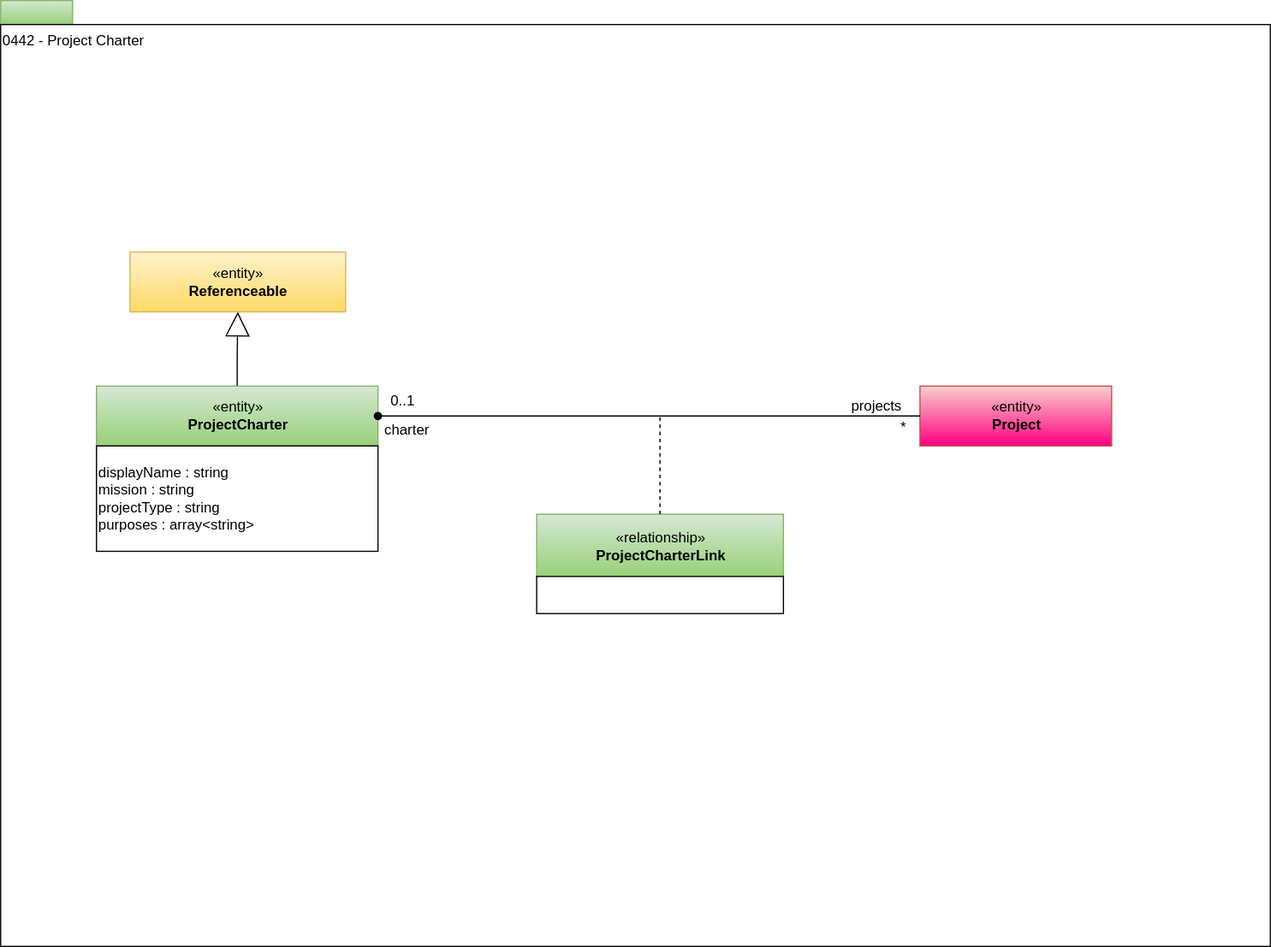
Before: site/docs/types/4/0442-Project-Charter.svg, a diagram exported from draw.io (odpi/egeria-docs). Source tidied: cells renumbered, new cells last; positions are measured from the earlier drawing's top-left corner, leaving out a move shared by most shapes.
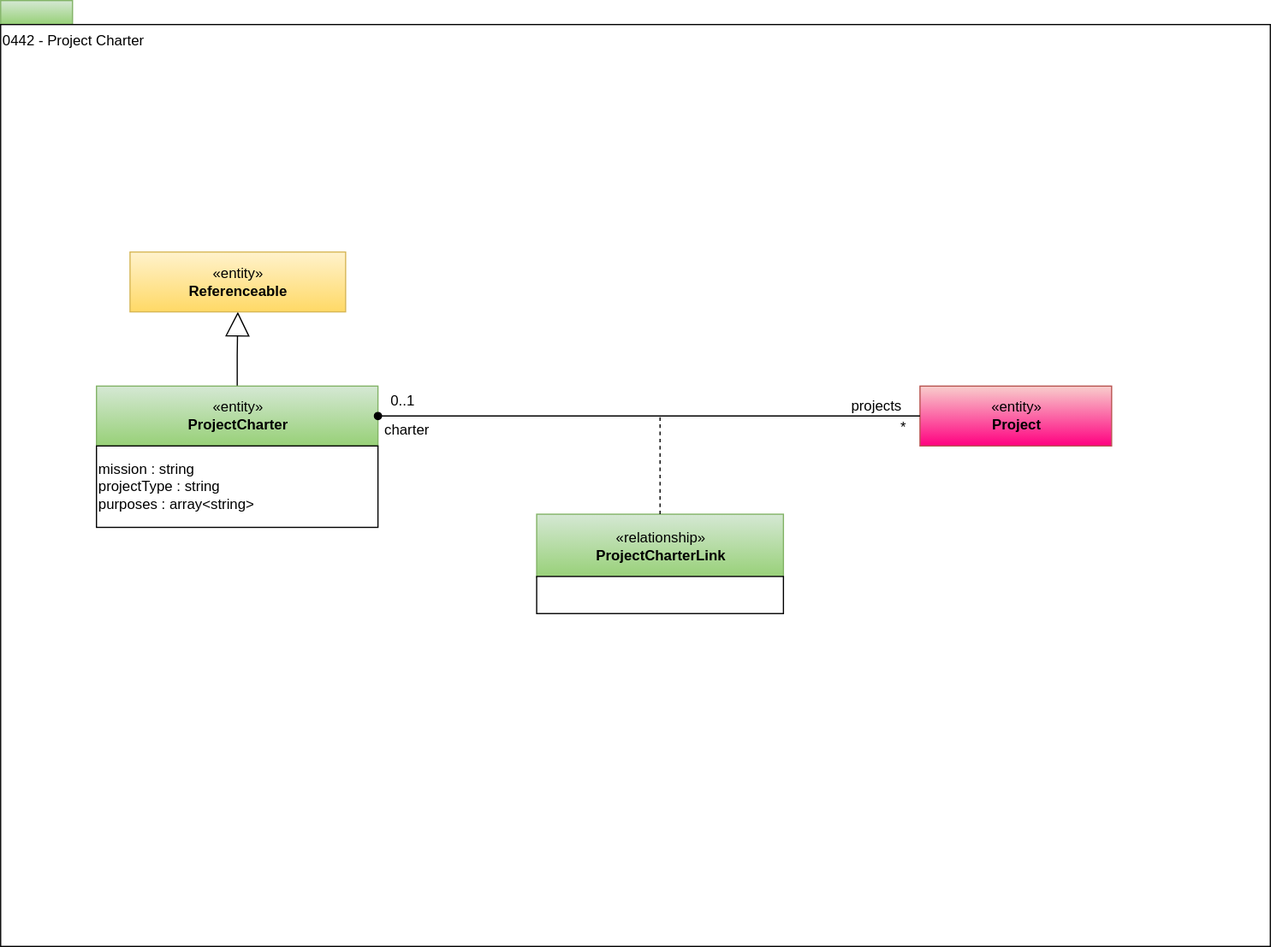
Above is the later version.

What changed in the source:
```diff
@@ -17,8 +17,8 @@
     <mxCell id="6" value="«entity»&lt;br&gt;&lt;b&gt;Referenceable&lt;/b&gt;" style="html=1;strokeColor=#d6b656;align=center;fillColor=#fff2cc;gradientColor=#ffd966;" parent="1" vertex="1">
       <mxGeometry x="108" y="210" width="180" height="50" as="geometry" />
     </mxCell>
-    <mxCell id="7" value="displayName : string&lt;br&gt;mission : string&lt;br&gt;projectType : string&lt;br&gt;purposes : array&amp;lt;string&amp;gt;" style="rounded=0;whiteSpace=wrap;html=1;strokeColor=#000000;gradientColor=#ffffff;align=left;" parent="1" vertex="1">
-      <mxGeometry x="80" y="372" width="235" height="88" as="geometry" />
+    <mxCell id="7" value="mission : string&lt;br&gt;projectType : string&lt;br&gt;purposes : array&amp;lt;string&amp;gt;" style="rounded=0;whiteSpace=wrap;html=1;strokeColor=#000000;gradientColor=#ffffff;align=left;" parent="1" vertex="1">
+      <mxGeometry x="80" y="372" width="235" height="68" as="geometry" />
     </mxCell>
     <mxCell id="8" value="«entity»&lt;br&gt;&lt;b&gt;Project&lt;/b&gt;" style="html=1;strokeColor=#b85450;align=center;fillColor=#f8cecc;gradientColor=#FF0080;" parent="1" vertex="1">
       <mxGeometry x="767.5" y="322" width="160" height="50" as="geometry" />
```
